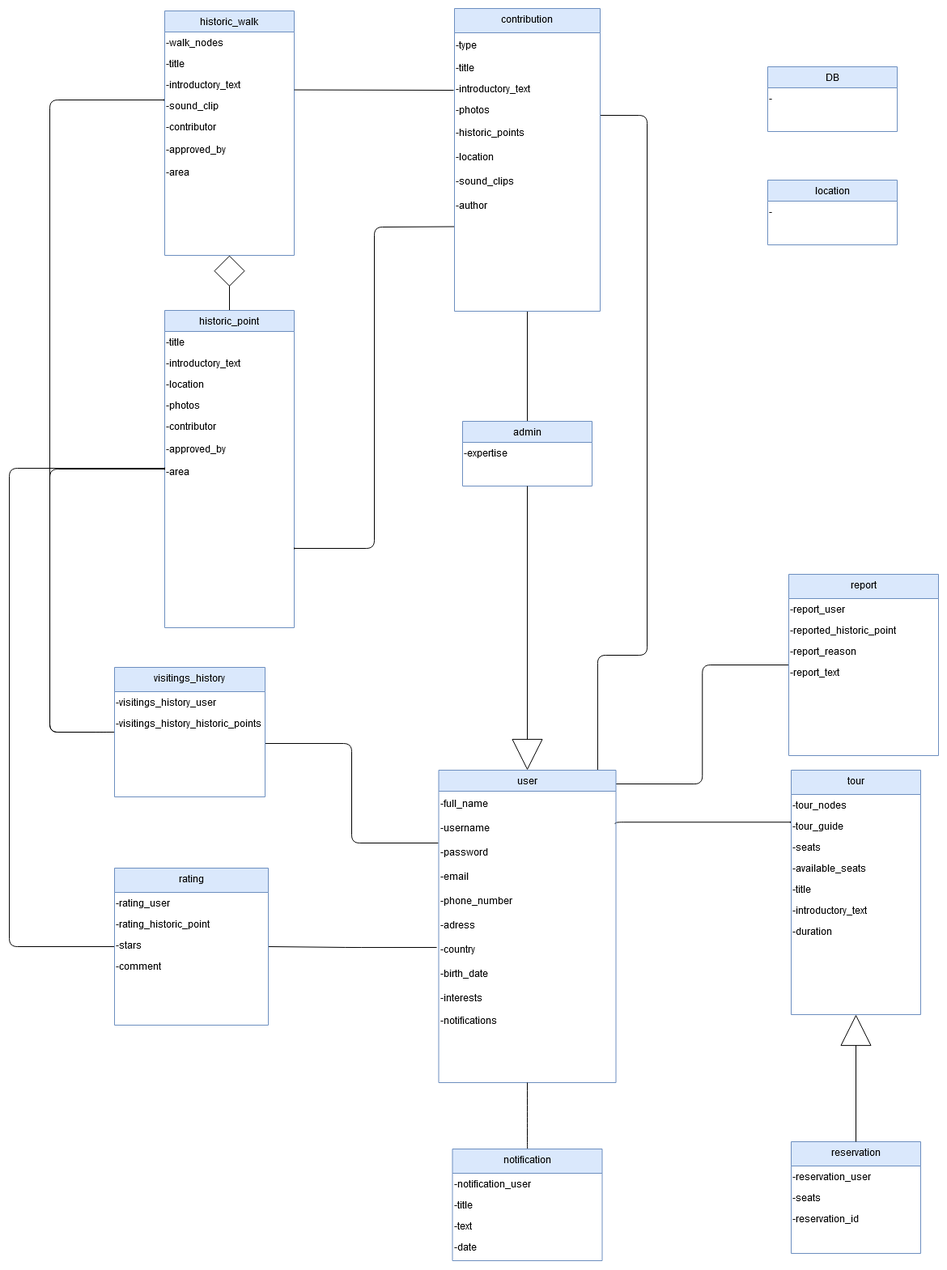
Nektar24/software-engineering keeps this draw.io diagram as NOTES/Domain Model.png. Above is the earlier version. Source tidied: cells renumbered, new cells last; positions are measured from the earlier drawing's top-left corner, leaving out a move shared by most shapes.
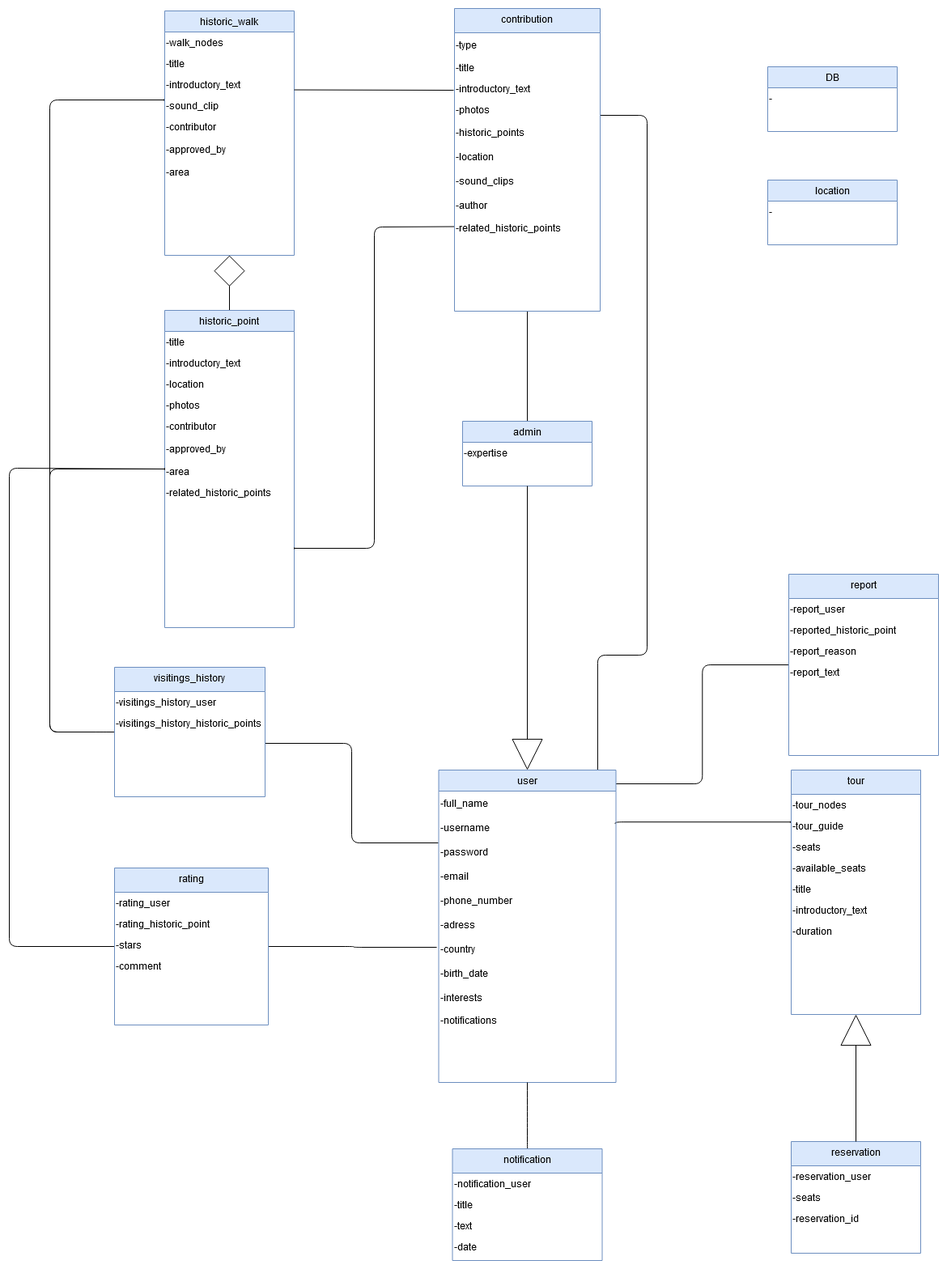
Later version of the same file.

Commit message:
added some attributes in domain model

The edit, as a diff of the source:
```diff
@@ -97,6 +97,9 @@
     <mxCell id="27" value="-area" style="text;html=1;align=left;verticalAlign=middle;strokeColor=none;fillColor=none;" parent="20" vertex="1">
       <mxGeometry y="186" width="160" height="26" as="geometry" />
     </mxCell>
+    <mxCell id="89" value="-related_historic_points" style="text;html=1;align=left;verticalAlign=middle;strokeColor=none;fillColor=none;" parent="20" vertex="1">
+      <mxGeometry y="212" width="160" height="26" as="geometry" />
+    </mxCell>
     <mxCell id="28" style="edgeStyle=orthogonalEdgeStyle;curved=0;rounded=1;jettySize=auto;html=1;exitX=0;exitY=0.75;exitDx=0;exitDy=0;entryX=1;entryY=0.75;entryDx=0;entryDy=0;strokeColor=default;align=center;verticalAlign=middle;fontFamily=Helvetica;fontSize=11;fontColor=default;labelBackgroundColor=default;elbow=vertical;endArrow=baseDash;endFill=0;endSize=0;" parent="1" edge="1" target="20">
       <mxGeometry relative="1" as="geometry">
         <mxPoint x="550" y="269.5" as="sourcePoint" />
@@ -272,6 +275,9 @@
     <mxCell id="78" value="-author" style="text;html=1;align=left;verticalAlign=middle;strokeColor=none;fillColor=none;" parent="70" vertex="1">
       <mxGeometry y="228" width="180" height="30" as="geometry" />
     </mxCell>
+    <mxCell id="90" value="-related_historic_points" style="text;html=1;align=left;verticalAlign=middle;strokeColor=none;fillColor=none;" parent="70" vertex="1">
+      <mxGeometry y="258" width="180" height="26" as="geometry" />
+    </mxCell>
     <mxCell id="79" style="edgeStyle=none;curved=1;rounded=0;jettySize=auto;html=1;exitX=0.5;exitY=0;exitDx=0;exitDy=0;fontSize=12;startSize=8;endSize=8;endArrow=none;endFill=0;entryX=0.5;entryY=1;entryDx=0;entryDy=0;" parent="1" edge="1" source="80" target="59">
       <mxGeometry relative="1" as="geometry" />
     </mxCell>
```
